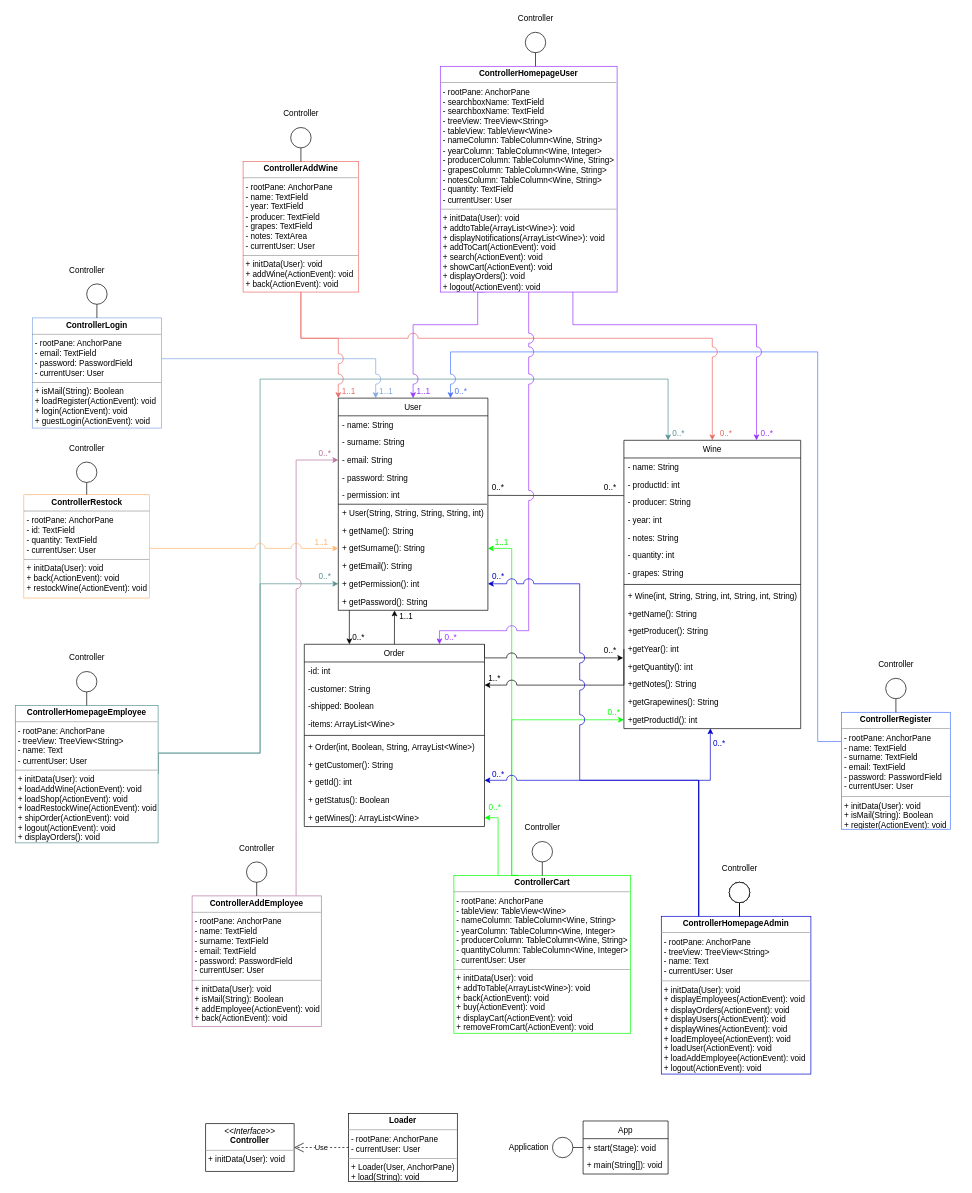
The draw.io diagram UML/ClassDiagram.drawio in Sclafus/Ecommerce-GUI, before the edit. Source tidied: cells renumbered, new cells numbered last; positions are measured from the earlier drawing's top-left corner, leaving out a move shared by most shapes. Both pictures are drawn from the tidied source at 68%, with x=0, y=0 at pixel (12, 12).
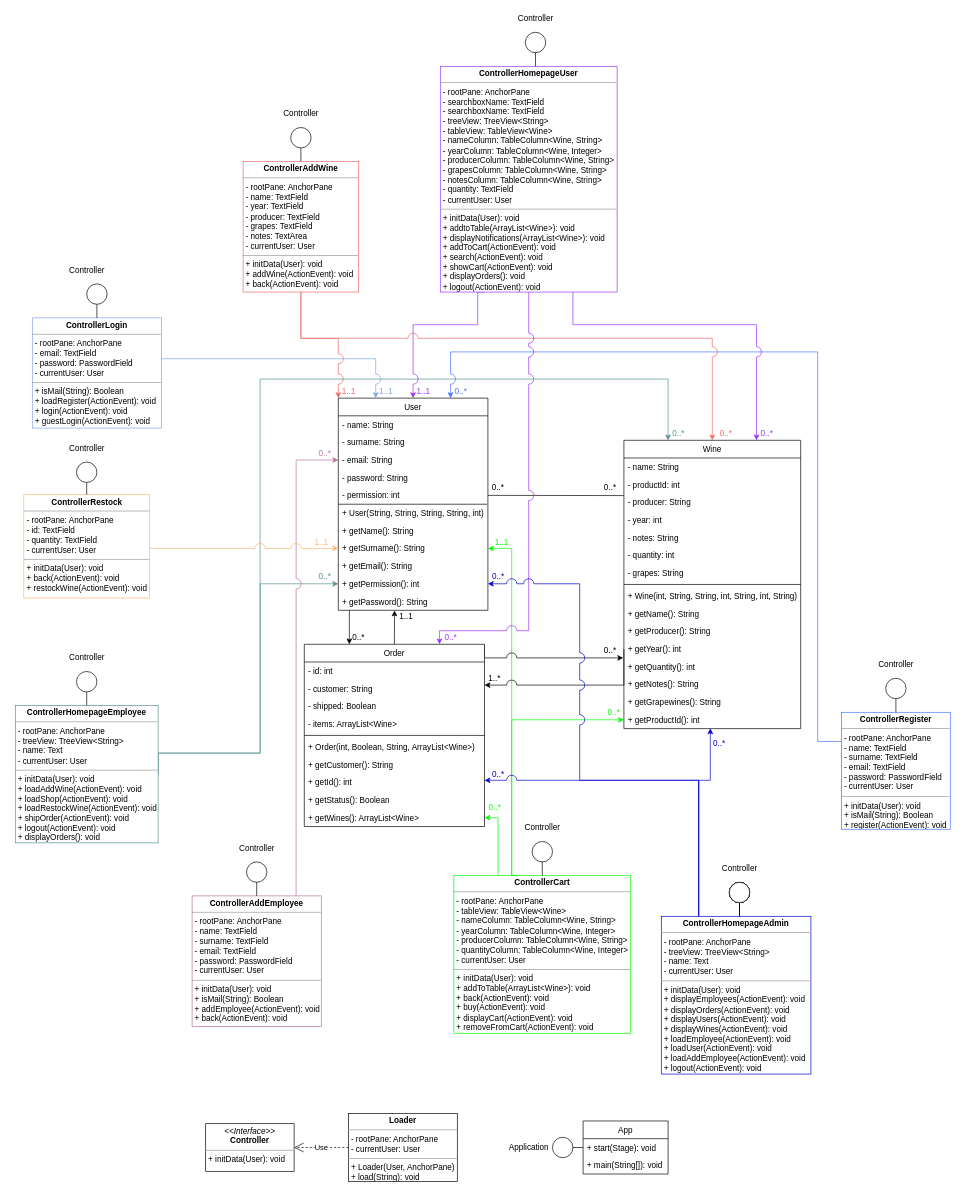
The same page after the edit.

The change refers to these unchanged cells:
```xml
<mxCell id="71" value="Order" style="swimlane;fontStyle=0;align=center;verticalAlign=top;horizontal=1;startSize=26;rounded=0;shadow=0;strokeWidth=1;" parent="1" vertex="1">
  <mxGeometry x="430" y="930" width="265" height="268" as="geometry" />
</mxCell>
<mxCell id="82" value="Wine" style="swimlane;fontStyle=0;align=center;verticalAlign=top;horizontal=1;startSize=26;rounded=0;shadow=0;strokeWidth=1;" parent="1" vertex="1">
  <mxGeometry x="900" y="630" width="260" height="424" as="geometry" />
</mxCell>
```

The edit, as a diff of the source:
```diff
@@
-    <mxCell id="72" value="-id: int" style="text;align=left;verticalAlign=top;spacingLeft=4;spacingRight=4;overflow=hidden;" parent="71" vertex="1">
+    <mxCell id="72" value="- id: int" style="text;align=left;verticalAlign=top;spacingLeft=4;spacingRight=4;overflow=hidden;" parent="71" vertex="1">
       <mxGeometry y="26" width="265" height="26" as="geometry" />
     </mxCell>
-    <mxCell id="73" value="-customer: String" style="text;align=left;verticalAlign=top;spacingLeft=4;spacingRight=4;overflow=hidden;points=[[0,0.5],[1,0.5]];portConstraint=eastwest;rounded=0;shadow=0;html=0;" parent="71" vertex="1">
+    <mxCell id="73" value="- customer: String" style="text;align=left;verticalAlign=top;spacingLeft=4;spacingRight=4;overflow=hidden;points=[[0,0.5],[1,0.5]];portConstraint=eastwest;rounded=0;shadow=0;html=0;" parent="71" vertex="1">
       <mxGeometry y="52" width="265" height="26" as="geometry" />
     </mxCell>
-    <mxCell id="74" value="-shipped: Boolean" style="text;align=left;verticalAlign=top;spacingLeft=4;spacingRight=4;overflow=hidden;rounded=0;shadow=0;html=0;" parent="71" vertex="1">
+    <mxCell id="74" value="- shipped: Boolean" style="text;align=left;verticalAlign=top;spacingLeft=4;spacingRight=4;overflow=hidden;rounded=0;shadow=0;html=0;" parent="71" vertex="1">
       <mxGeometry y="78" width="265" height="26" as="geometry" />
     </mxCell>
-    <mxCell id="75" value="-items: ArrayList&lt;Wine&gt;" style="text;align=left;verticalAlign=top;spacingLeft=4;spacingRight=4;overflow=hidden;rounded=0;shadow=0;html=0;" parent="71" vertex="1">
+    <mxCell id="75" value="- items: ArrayList&lt;Wine&gt;" style="text;align=left;verticalAlign=top;spacingLeft=4;spacingRight=4;overflow=hidden;rounded=0;shadow=0;html=0;" parent="71" vertex="1">
       <mxGeometry y="104" width="265" height="26" as="geometry" />
     </mxCell>
@@
-    <mxCell id="92" value="+getName(): String" style="text;align=left;verticalAlign=top;spacingLeft=4;spacingRight=4;overflow=hidden;rounded=0;shadow=0;html=0;" parent="82" vertex="1">
+    <mxCell id="92" value="+ getName(): String" style="text;align=left;verticalAlign=top;spacingLeft=4;spacingRight=4;overflow=hidden;rounded=0;shadow=0;html=0;" parent="82" vertex="1">
       <mxGeometry y="242" width="260" height="26" as="geometry" />
     </mxCell>
-    <mxCell id="93" value="+getProducer(): String" style="text;align=left;verticalAlign=top;spacingLeft=4;spacingRight=4;overflow=hidden;rounded=0;shadow=0;html=0;" parent="82" vertex="1">
+    <mxCell id="93" value="+ getProducer(): String" style="text;align=left;verticalAlign=top;spacingLeft=4;spacingRight=4;overflow=hidden;rounded=0;shadow=0;html=0;" parent="82" vertex="1">
       <mxGeometry y="268" width="260" height="26" as="geometry" />
     </mxCell>
-    <mxCell id="94" value="+getYear(): int" style="text;align=left;verticalAlign=top;spacingLeft=4;spacingRight=4;overflow=hidden;points=[[0,0.5],[1,0.5]];portConstraint=eastwest;rounded=0;shadow=0;html=0;" parent="82" vertex="1">
+    <mxCell id="94" value="+ getYear(): int" style="text;align=left;verticalAlign=top;spacingLeft=4;spacingRight=4;overflow=hidden;points=[[0,0.5],[1,0.5]];portConstraint=eastwest;rounded=0;shadow=0;html=0;" parent="82" vertex="1">
       <mxGeometry y="294" width="260" height="26" as="geometry" />
     </mxCell>
-    <mxCell id="95" value="+getQuantity(): int" style="text;align=left;verticalAlign=top;spacingLeft=4;spacingRight=4;overflow=hidden;rounded=0;shadow=0;html=0;" parent="82" vertex="1">
+    <mxCell id="95" value="+ getQuantity(): int" style="text;align=left;verticalAlign=top;spacingLeft=4;spacingRight=4;overflow=hidden;rounded=0;shadow=0;html=0;" parent="82" vertex="1">
       <mxGeometry y="320" width="260" height="26" as="geometry" />
     </mxCell>
-    <mxCell id="96" value="+getNotes(): String" style="text;align=left;verticalAlign=top;spacingLeft=4;spacingRight=4;overflow=hidden;rounded=0;shadow=0;html=0;" parent="82" vertex="1">
+    <mxCell id="96" value="+ getNotes(): String" style="text;align=left;verticalAlign=top;spacingLeft=4;spacingRight=4;overflow=hidden;rounded=0;shadow=0;html=0;" parent="82" vertex="1">
       <mxGeometry y="346" width="260" height="26" as="geometry" />
     </mxCell>
-    <mxCell id="97" value="+getGrapewines(): String" style="text;align=left;verticalAlign=top;spacingLeft=4;spacingRight=4;overflow=hidden;rounded=0;shadow=0;html=0;" parent="82" vertex="1">
+    <mxCell id="97" value="+ getGrapewines(): String" style="text;align=left;verticalAlign=top;spacingLeft=4;spacingRight=4;overflow=hidden;rounded=0;shadow=0;html=0;" parent="82" vertex="1">
       <mxGeometry y="372" width="260" height="26" as="geometry" />
     </mxCell>
-    <mxCell id="98" value="+getProductId(): int" style="text;align=left;verticalAlign=top;spacingLeft=4;spacingRight=4;overflow=hidden;points=[[0,0.5],[1,0.5]];portConstraint=eastwest;rounded=0;shadow=0;html=0;" parent="82" vertex="1">
+    <mxCell id="98" value="+ getProductId(): int" style="text;align=left;verticalAlign=top;spacingLeft=4;spacingRight=4;overflow=hidden;points=[[0,0.5],[1,0.5]];portConstraint=eastwest;rounded=0;shadow=0;html=0;" parent="82" vertex="1">
       <mxGeometry y="398" width="260" height="26" as="geometry" />
     </mxCell>
```
